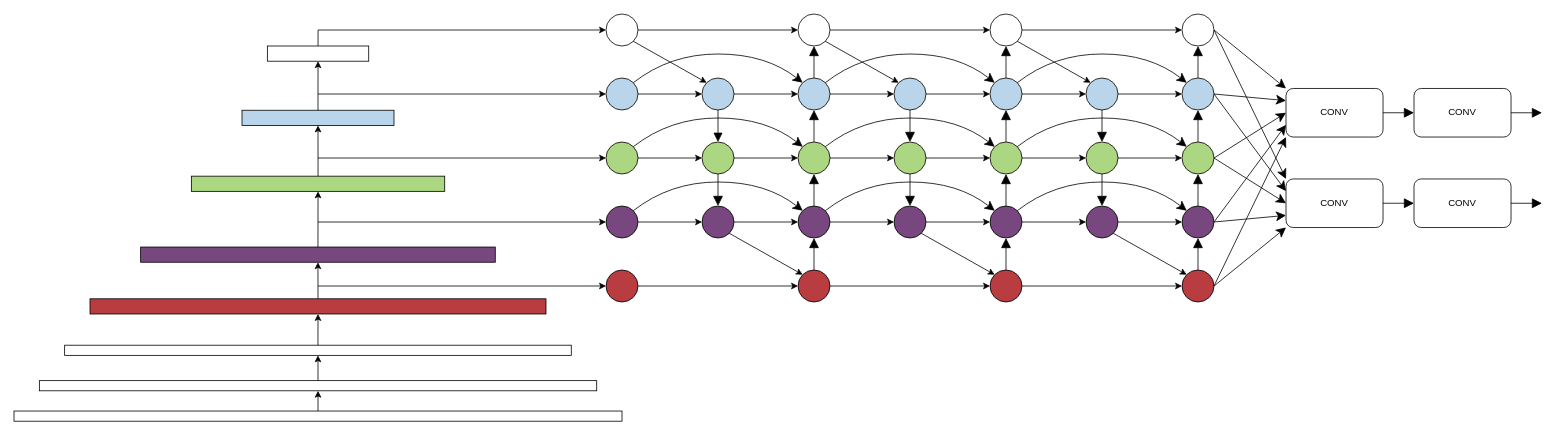
Earlier version of the draw.io diagram cracks.drawio (Dshdarkness/Timporal_is_all_U_need). Source tidied: cells renumbered, new cells numbered last; positions are measured from the earlier drawing's top-left corner, leaving out a move shared by most shapes. Both pictures are drawn from the tidied source at 80%, with x=0, y=0 at pixel (14, 14).
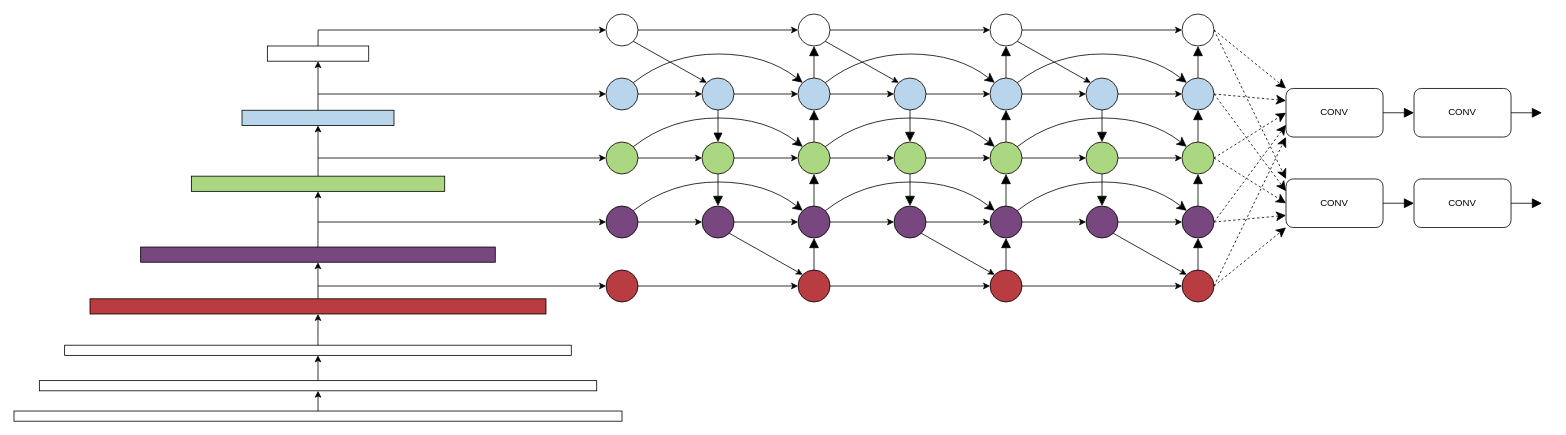
After the change.

Unchanged cells that the change refers to:
```xml
<mxCell id="64" style="ellipse;whiteSpace=wrap;html=1;" parent="1" vertex="1">
  <mxGeometry x="1460" width="40" height="40" as="geometry" />
</mxCell>
<mxCell id="66" style="ellipse;whiteSpace=wrap;html=1;fillColor=#B9D5EC;" parent="1" vertex="1">
  <mxGeometry x="1460" y="80" width="40" height="40" as="geometry" />
</mxCell>
<mxCell id="68" style="ellipse;whiteSpace=wrap;html=1;fillColor=#ABD682;" parent="1" vertex="1">
  <mxGeometry x="1460" y="160" width="40" height="40" as="geometry" />
</mxCell>
<mxCell id="70" style="ellipse;whiteSpace=wrap;html=1;fillColor=#78477F;" parent="1" vertex="1">
  <mxGeometry x="1460" y="240" width="40" height="40" as="geometry" />
</mxCell>
<mxCell id="72" style="ellipse;whiteSpace=wrap;html=1;fillColor=#B93C40;" parent="1" vertex="1">
  <mxGeometry x="1460" y="320" width="40" height="40" as="geometry" />
</mxCell>
<mxCell id="109" value="CONV" style="rounded=1;whiteSpace=wrap;html=1;fillColor=none;" parent="1" vertex="1">
  <mxGeometry x="1590" y="93.1" width="121.3" height="60.7" as="geometry" />
</mxCell>
<mxCell id="113" value="CONV" style="rounded=1;whiteSpace=wrap;html=1;fillColor=none;" parent="1" vertex="1">
  <mxGeometry x="1590" y="206.2" width="121.3" height="60.7" as="geometry" />
</mxCell>
```

Diff of the diagram source:
```diff
@@
-    <mxCell id="116" style="endArrow=classic;html=1;rounded=0;endSize=10;exitX=1;exitY=0.5;exitDx=0;exitDy=0;entryX=0;entryY=0;entryDx=0;entryDy=0;" parent="1" edge="1" source="64" target="109">
+    <mxCell id="116" style="endArrow=classic;html=1;rounded=0;endSize=10;exitX=1;exitY=0.5;exitDx=0;exitDy=0;entryX=0;entryY=0;entryDx=0;entryDy=0;dashed=1;" parent="1" edge="1" source="64" target="109">
       <mxGeometry relative="1" as="geometry" />
     </mxCell>
-    <mxCell id="117" style="endArrow=classic;html=1;rounded=0;endSize=10;exitX=1;exitY=0.5;exitDx=0;exitDy=0;entryX=0;entryY=0.25;entryDx=0;entryDy=0;" parent="1" edge="1" source="66" target="109">
+    <mxCell id="117" style="endArrow=classic;html=1;rounded=0;endSize=10;exitX=1;exitY=0.5;exitDx=0;exitDy=0;entryX=0;entryY=0.25;entryDx=0;entryDy=0;dashed=1;" parent="1" edge="1" source="66" target="109">
       <mxGeometry relative="1" as="geometry" />
     </mxCell>
-    <mxCell id="118" style="endArrow=classic;html=1;rounded=0;endSize=10;exitX=1;exitY=0.5;exitDx=0;exitDy=0;entryX=0;entryY=0.5;entryDx=0;entryDy=0;" parent="1" edge="1" source="68" target="109">
+    <mxCell id="118" style="endArrow=classic;html=1;rounded=0;endSize=10;exitX=1;exitY=0.5;exitDx=0;exitDy=0;entryX=0;entryY=0.5;entryDx=0;entryDy=0;dashed=1;" parent="1" edge="1" source="68" target="109">
       <mxGeometry relative="1" as="geometry" />
     </mxCell>
-    <mxCell id="119" style="endArrow=classic;html=1;rounded=0;endSize=10;exitX=1;exitY=0.5;exitDx=0;exitDy=0;entryX=0;entryY=0.75;entryDx=0;entryDy=0;" parent="1" edge="1" source="70" target="109">
+    <mxCell id="119" style="endArrow=classic;html=1;rounded=0;endSize=10;exitX=1;exitY=0.5;exitDx=0;exitDy=0;entryX=0;entryY=0.75;entryDx=0;entryDy=0;dashed=1;" parent="1" edge="1" source="70" target="109">
       <mxGeometry relative="1" as="geometry" />
     </mxCell>
-    <mxCell id="120" style="endArrow=classic;html=1;rounded=0;endSize=10;exitX=1;exitY=0.5;exitDx=0;exitDy=0;entryX=0;entryY=1;entryDx=0;entryDy=0;" parent="1" edge="1" source="72" target="109">
+    <mxCell id="120" style="endArrow=classic;html=1;rounded=0;endSize=10;exitX=1;exitY=0.5;exitDx=0;exitDy=0;entryX=0;entryY=1;entryDx=0;entryDy=0;dashed=1;" parent="1" edge="1" source="72" target="109">
       <mxGeometry relative="1" as="geometry" />
     </mxCell>
-    <mxCell id="121" style="endArrow=classic;html=1;rounded=0;endSize=10;exitX=1;exitY=0.5;exitDx=0;exitDy=0;entryX=0;entryY=0;entryDx=0;entryDy=0;" parent="1" edge="1" source="64" target="113">
+    <mxCell id="121" style="endArrow=classic;html=1;rounded=0;endSize=10;exitX=1;exitY=0.5;exitDx=0;exitDy=0;entryX=0;entryY=0;entryDx=0;entryDy=0;dashed=1;" parent="1" edge="1" source="64" target="113">
       <mxGeometry relative="1" as="geometry" />
     </mxCell>
-    <mxCell id="122" style="endArrow=classic;html=1;rounded=0;endSize=10;exitX=1;exitY=0.5;exitDx=0;exitDy=0;entryX=0;entryY=0.25;entryDx=0;entryDy=0;" parent="1" edge="1" source="66" target="113">
+    <mxCell id="122" style="endArrow=classic;html=1;rounded=0;endSize=10;exitX=1;exitY=0.5;exitDx=0;exitDy=0;entryX=0;entryY=0.25;entryDx=0;entryDy=0;dashed=1;" parent="1" edge="1" source="66" target="113">
       <mxGeometry relative="1" as="geometry" />
     </mxCell>
-    <mxCell id="123" style="endArrow=classic;html=1;rounded=0;endSize=10;exitX=1;exitY=0.5;exitDx=0;exitDy=0;entryX=0;entryY=0.5;entryDx=0;entryDy=0;" parent="1" edge="1" source="68" target="113">
+    <mxCell id="123" style="endArrow=classic;html=1;rounded=0;endSize=10;exitX=1;exitY=0.5;exitDx=0;exitDy=0;entryX=0;entryY=0.5;entryDx=0;entryDy=0;dashed=1;" parent="1" edge="1" source="68" target="113">
       <mxGeometry relative="1" as="geometry" />
     </mxCell>
-    <mxCell id="124" style="endArrow=classic;html=1;rounded=0;endSize=10;exitX=1;exitY=0.5;exitDx=0;exitDy=0;entryX=0;entryY=0.75;entryDx=0;entryDy=0;" parent="1" edge="1" source="70" target="113">
+    <mxCell id="124" style="endArrow=classic;html=1;rounded=0;endSize=10;exitX=1;exitY=0.5;exitDx=0;exitDy=0;entryX=0;entryY=0.75;entryDx=0;entryDy=0;dashed=1;" parent="1" edge="1" source="70" target="113">
       <mxGeometry relative="1" as="geometry" />
     </mxCell>
-    <mxCell id="125" style="endArrow=classic;html=1;rounded=0;endSize=10;exitX=1;exitY=0.5;exitDx=0;exitDy=0;entryX=0;entryY=1;entryDx=0;entryDy=0;" parent="1" edge="1" source="72" target="113">
+    <mxCell id="125" style="endArrow=classic;html=1;rounded=0;endSize=10;exitX=1;exitY=0.5;exitDx=0;exitDy=0;entryX=0;entryY=1;entryDx=0;entryDy=0;dashed=1;" parent="1" edge="1" source="72" target="113">
       <mxGeometry relative="1" as="geometry" />
     </mxCell>
```
